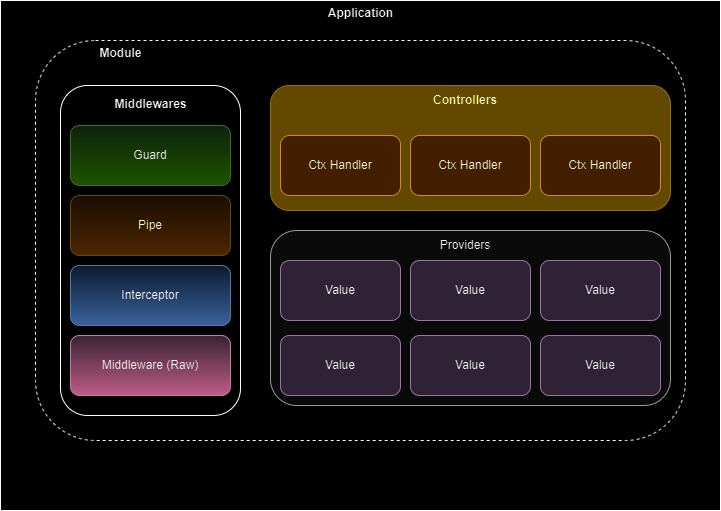
Before: docs/fundamental/img/overview.png, a diagram exported from draw.io (tinh-tinh/docs). Source tidied: cells renumbered, new cells last; positions are measured from the earlier drawing's top-left corner, leaving out a move shared by most shapes.
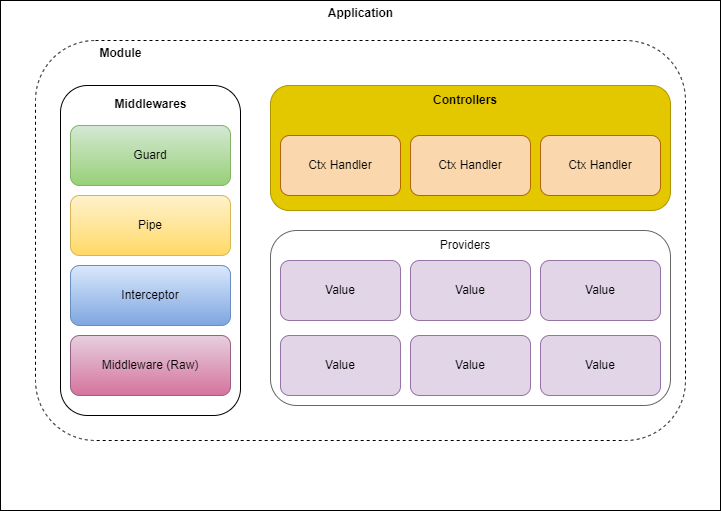
The same file after the commit.

The edit, as a diff of the source:
```diff
@@ -2,16 +2,16 @@
   <root>
     <mxCell id="0" />
     <mxCell id="1" parent="0" />
-    <mxCell id="2" style="rounded=0;whiteSpace=wrap;html=1;" parent="1" vertex="1">
+    <mxCell id="2" style="rounded=0;whiteSpace=wrap;html=1;fillColor=default;" parent="1" vertex="1">
       <mxGeometry width="720" height="510" as="geometry" />
     </mxCell>
-    <mxCell id="3" style="rounded=1;whiteSpace=wrap;html=1;fillColor=none;strokeColor=default;dashed=1;" parent="1" vertex="1">
+    <mxCell id="3" style="rounded=1;whiteSpace=wrap;html=1;fillColor=default;strokeColor=default;dashed=1;" parent="1" vertex="1">
       <mxGeometry x="35" y="40" width="650" height="400" as="geometry" />
     </mxCell>
     <mxCell id="4" value="Application" style="text;align=center;fontStyle=1;verticalAlign=middle;spacingLeft=3;spacingRight=3;strokeColor=none;html=1;" parent="1" vertex="1">
       <mxGeometry x="320" width="80" height="26" as="geometry" />
     </mxCell>
-    <mxCell id="5" style="rounded=1;whiteSpace=wrap;html=1;" parent="1" vertex="1">
+    <mxCell id="5" style="rounded=1;whiteSpace=wrap;html=1;fillColor=default;" parent="1" vertex="1">
       <mxGeometry x="60" y="85" width="180" height="330" as="geometry" />
     </mxCell>
     <mxCell id="6" value="Middlewares" style="text;align=center;fontStyle=1;verticalAlign=middle;spacingLeft=3;spacingRight=3;strokeColor=none;html=1;" parent="1" vertex="1">
@@ -47,7 +47,7 @@
     <mxCell id="16" value="Ctx Handler" style="rounded=1;whiteSpace=wrap;html=1;fillColor=#fad7ac;strokeColor=#b46504;" parent="1" vertex="1">
       <mxGeometry x="540" y="135" width="120" height="60" as="geometry" />
     </mxCell>
-    <mxCell id="17" style="rounded=1;whiteSpace=wrap;html=1;fillColor=#f5f5f5;fontColor=#333333;strokeColor=#666666;" parent="1" vertex="1">
+    <mxCell id="17" style="rounded=1;whiteSpace=wrap;html=1;fillColor=none;fontColor=#333333;strokeColor=#666666;" parent="1" vertex="1">
       <mxGeometry x="270" y="230" width="400" height="175" as="geometry" />
     </mxCell>
     <mxCell id="18" value="Providers" style="text;html=1;align=center;verticalAlign=middle;whiteSpace=wrap;rounded=0;" parent="1" vertex="1">
```
